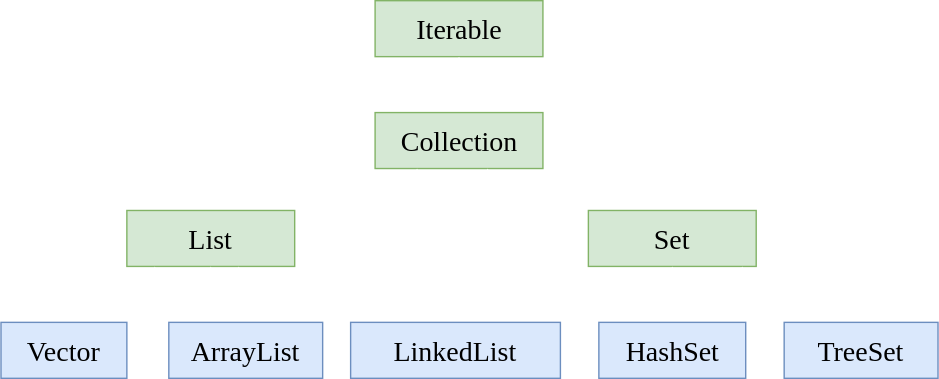
Stolorzs/Picgo keeps this draw.io diagram as drawio/ListMind.svg. Above is the earlier version. Source tidied: cells renumbered, new cells last; positions are measured from the earlier drawing's top-left corner, leaving out a move shared by most shapes.
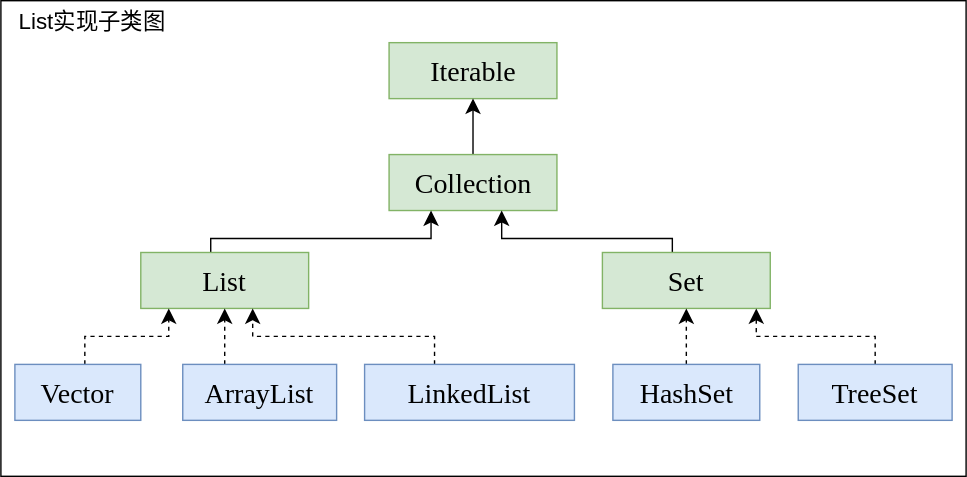
Above is the later version.

The edit, as a diff of the source:
```diff
@@ -2,16 +2,19 @@
   <root>
     <mxCell id="0" />
     <mxCell id="1" parent="0" />
+    <mxCell id="19" style="whiteSpace=wrap;html=1;" parent="1" vertex="1">
+      <mxGeometry x="-10" y="-30" width="690" height="340" as="geometry" />
+    </mxCell>
     <mxCell id="2" value="&lt;font face=&quot;Times New Roman&quot; style=&quot;font-size: 20px;&quot;&gt;Iterable&lt;/font&gt;" style="rounded=0;whiteSpace=wrap;html=1;fillColor=#d5e8d4;strokeColor=#82b366;fontStyle=0;fontSize=20;" parent="1" vertex="1">
       <mxGeometry x="267.5" width="120" height="40" as="geometry" />
     </mxCell>
-    <mxCell id="3" style="edgeStyle=orthogonalEdgeStyle;rounded=0;jettySize=auto;html=1;entryX=0.5;entryY=1;entryDx=0;entryDy=0;fontSize=12;startSize=8;endSize=8;strokeColor=#FFFFFF;" parent="1" edge="1" source="4" target="2">
+    <mxCell id="3" style="edgeStyle=orthogonalEdgeStyle;rounded=0;jettySize=auto;html=1;entryX=0.5;entryY=1;entryDx=0;entryDy=0;fontSize=12;startSize=8;endSize=8;" parent="1" edge="1" source="4" target="2">
       <mxGeometry relative="1" as="geometry" />
     </mxCell>
     <mxCell id="4" value="&lt;font face=&quot;Times New Roman&quot; style=&quot;font-size: 20px;&quot;&gt;Collection&lt;/font&gt;" style="rounded=0;whiteSpace=wrap;html=1;fillColor=#d5e8d4;strokeColor=#82b366;fontStyle=0;fontSize=20;" parent="1" vertex="1">
       <mxGeometry x="267.5" y="80" width="120" height="40" as="geometry" />
     </mxCell>
-    <mxCell id="5" style="edgeStyle=orthogonalEdgeStyle;rounded=0;jettySize=auto;html=1;fontSize=12;startSize=8;endSize=8;strokeColor=#FFFFFF;align=center;verticalAlign=middle;fontFamily=Helvetica;fontColor=default;labelBackgroundColor=default;endArrow=classic;entryX=0.25;entryY=1;entryDx=0;entryDy=0;" parent="1" edge="1" target="4">
+    <mxCell id="5" style="edgeStyle=orthogonalEdgeStyle;rounded=0;jettySize=auto;html=1;fontSize=12;startSize=8;endSize=8;strokeColor=default;align=center;verticalAlign=middle;fontFamily=Helvetica;fontColor=default;labelBackgroundColor=default;endArrow=classic;entryX=0.25;entryY=1;entryDx=0;entryDy=0;" parent="1" edge="1" target="4">
       <mxGeometry relative="1" as="geometry">
         <mxPoint x="140" y="160" as="sourcePoint" />
         <Array as="points">
@@ -23,7 +26,7 @@
     <mxCell id="6" value="&lt;font face=&quot;Times New Roman&quot; style=&quot;font-size: 20px;&quot;&gt;List&lt;/font&gt;" style="rounded=0;whiteSpace=wrap;html=1;fillColor=#d5e8d4;strokeColor=#82b366;fontStyle=0;fontSize=20;" parent="1" vertex="1">
       <mxGeometry x="90" y="150" width="120" height="40" as="geometry" />
     </mxCell>
-    <mxCell id="7" style="edgeStyle=orthogonalEdgeStyle;rounded=0;jettySize=auto;html=1;fontSize=12;startSize=8;endSize=8;strokeColor=#FFFFFF;" parent="1" edge="1" source="8" target="4">
+    <mxCell id="7" style="edgeStyle=orthogonalEdgeStyle;rounded=0;jettySize=auto;html=1;fontSize=12;startSize=8;endSize=8;" parent="1" edge="1" source="8" target="4">
       <mxGeometry relative="1" as="geometry">
         <Array as="points">
           <mxPoint x="470" y="140" />
@@ -34,7 +37,7 @@
     <mxCell id="8" value="&lt;font face=&quot;Times New Roman&quot;&gt;Set&lt;/font&gt;" style="rounded=0;whiteSpace=wrap;html=1;fillColor=#d5e8d4;strokeColor=#82b366;fontStyle=0;fontSize=20;" parent="1" vertex="1">
       <mxGeometry x="420" y="150" width="120" height="40" as="geometry" />
     </mxCell>
-    <mxCell id="9" style="edgeStyle=orthogonalEdgeStyle;rounded=0;jettySize=auto;html=1;fontSize=12;startSize=8;endSize=8;dashed=1;strokeColor=#FFFFFF;align=center;verticalAlign=middle;fontFamily=Helvetica;fontColor=default;labelBackgroundColor=default;endArrow=classic;" parent="1" edge="1" source="10">
+    <mxCell id="9" style="edgeStyle=orthogonalEdgeStyle;rounded=0;jettySize=auto;html=1;fontSize=12;startSize=8;endSize=8;dashed=1;strokeColor=default;align=center;verticalAlign=middle;fontFamily=Helvetica;fontColor=default;labelBackgroundColor=default;endArrow=classic;" parent="1" edge="1" source="10">
       <mxGeometry relative="1" as="geometry">
         <mxPoint x="110" y="190" as="targetPoint" />
         <Array as="points">
@@ -47,7 +50,7 @@
     <mxCell id="10" value="&lt;span style=&quot;font-family: &amp;quot;Times New Roman&amp;quot;;&quot;&gt;Vector&lt;/span&gt;" style="rounded=0;whiteSpace=wrap;html=1;fillColor=#dae8fc;strokeColor=#6c8ebf;fontStyle=0;fontSize=20;" parent="1" vertex="1">
       <mxGeometry y="230" width="90" height="40" as="geometry" />
     </mxCell>
-    <mxCell id="11" style="edgeStyle=orthogonalEdgeStyle;rounded=0;jettySize=auto;html=1;fontSize=12;startSize=8;endSize=8;dashed=1;strokeColor=#FFFFFF;align=center;verticalAlign=middle;fontFamily=Helvetica;fontColor=default;labelBackgroundColor=default;endArrow=classic;" parent="1" edge="1" source="12" target="6">
+    <mxCell id="11" style="edgeStyle=orthogonalEdgeStyle;rounded=0;jettySize=auto;html=1;fontSize=12;startSize=8;endSize=8;dashed=1;strokeColor=default;align=center;verticalAlign=middle;fontFamily=Helvetica;fontColor=default;labelBackgroundColor=default;endArrow=classic;" parent="1" edge="1" source="12" target="6">
       <mxGeometry relative="1" as="geometry">
         <Array as="points">
           <mxPoint x="150" y="220" />
@@ -58,7 +61,7 @@
     <mxCell id="12" value="&lt;span style=&quot;font-family: &amp;quot;Times New Roman&amp;quot;;&quot;&gt;ArrayList&lt;/span&gt;" style="rounded=0;whiteSpace=wrap;html=1;fillColor=#dae8fc;strokeColor=#6c8ebf;fontStyle=0;fontSize=20;" parent="1" vertex="1">
       <mxGeometry x="120" y="230" width="110" height="40" as="geometry" />
     </mxCell>
-    <mxCell id="13" style="edgeStyle=orthogonalEdgeStyle;rounded=0;jettySize=auto;html=1;fontSize=12;startSize=8;endSize=8;dashed=1;strokeColor=#FFFFFF;align=center;verticalAlign=middle;fontFamily=Helvetica;fontColor=default;labelBackgroundColor=default;endArrow=classic;" parent="1" edge="1" source="14">
+    <mxCell id="13" style="edgeStyle=orthogonalEdgeStyle;rounded=0;jettySize=auto;html=1;fontSize=12;startSize=8;endSize=8;dashed=1;strokeColor=default;align=center;verticalAlign=middle;fontFamily=Helvetica;fontColor=default;labelBackgroundColor=default;endArrow=classic;" parent="1" edge="1" source="14">
       <mxGeometry relative="1" as="geometry">
         <mxPoint x="170" y="190" as="targetPoint" />
         <Array as="points">
@@ -71,13 +74,13 @@
     <mxCell id="14" value="&lt;font face=&quot;Times New Roman&quot; style=&quot;font-size: 20px;&quot;&gt;LinkedList&lt;/font&gt;" style="rounded=0;whiteSpace=wrap;html=1;fillColor=#dae8fc;strokeColor=#6c8ebf;fontStyle=0;fontSize=20;" parent="1" vertex="1">
       <mxGeometry x="250" y="230" width="150" height="40" as="geometry" />
     </mxCell>
-    <mxCell id="15" style="edgeStyle=orthogonalEdgeStyle;rounded=0;jettySize=auto;html=1;fontSize=12;startSize=8;endSize=8;dashed=1;strokeColor=#FFFFFF;align=center;verticalAlign=middle;fontFamily=Helvetica;fontColor=default;labelBackgroundColor=default;endArrow=classic;" parent="1" edge="1" source="16" target="8">
+    <mxCell id="15" style="edgeStyle=orthogonalEdgeStyle;rounded=0;jettySize=auto;html=1;fontSize=12;startSize=8;endSize=8;dashed=1;strokeColor=default;align=center;verticalAlign=middle;fontFamily=Helvetica;fontColor=default;labelBackgroundColor=default;endArrow=classic;" parent="1" edge="1" source="16" target="8">
       <mxGeometry relative="1" as="geometry" />
     </mxCell>
     <mxCell id="16" value="&lt;font face=&quot;Times New Roman&quot; style=&quot;font-size: 20px;&quot;&gt;HashSet&lt;/font&gt;" style="rounded=0;whiteSpace=wrap;html=1;fillColor=#dae8fc;strokeColor=#6c8ebf;fontStyle=0;fontSize=20;" parent="1" vertex="1">
       <mxGeometry x="427.5" y="230" width="105" height="40" as="geometry" />
     </mxCell>
-    <mxCell id="17" style="edgeStyle=orthogonalEdgeStyle;rounded=0;jettySize=auto;html=1;fontSize=12;startSize=8;endSize=8;dashed=1;strokeColor=#FFFFFF;align=center;verticalAlign=middle;fontFamily=Helvetica;fontColor=default;labelBackgroundColor=default;endArrow=classic;" parent="1" edge="1" source="18">
+    <mxCell id="17" style="edgeStyle=orthogonalEdgeStyle;rounded=0;jettySize=auto;html=1;fontSize=12;startSize=8;endSize=8;dashed=1;strokeColor=default;align=center;verticalAlign=middle;fontFamily=Helvetica;fontColor=default;labelBackgroundColor=default;endArrow=classic;" parent="1" edge="1" source="18">
       <mxGeometry relative="1" as="geometry">
         <mxPoint x="530" y="190" as="targetPoint" />
         <Array as="points">
@@ -89,5 +92,8 @@
     <mxCell id="18" value="&lt;font face=&quot;Times New Roman&quot; style=&quot;font-size: 20px;&quot;&gt;TreeSet&lt;/font&gt;" style="rounded=0;whiteSpace=wrap;html=1;fillColor=#dae8fc;strokeColor=#6c8ebf;fontStyle=0;fontSize=20;" parent="1" vertex="1">
       <mxGeometry x="560" y="230" width="110" height="40" as="geometry" />
     </mxCell>
+    <mxCell id="20" value="List实现子类图" style="text;html=1;align=center;verticalAlign=middle;strokeColor=none;fillColor=none;fontSize=16;" parent="1" vertex="1">
+      <mxGeometry x="-10" y="-30" width="130" height="30" as="geometry" />
+    </mxCell>
   </root>
 </mxGraphModel>
```
